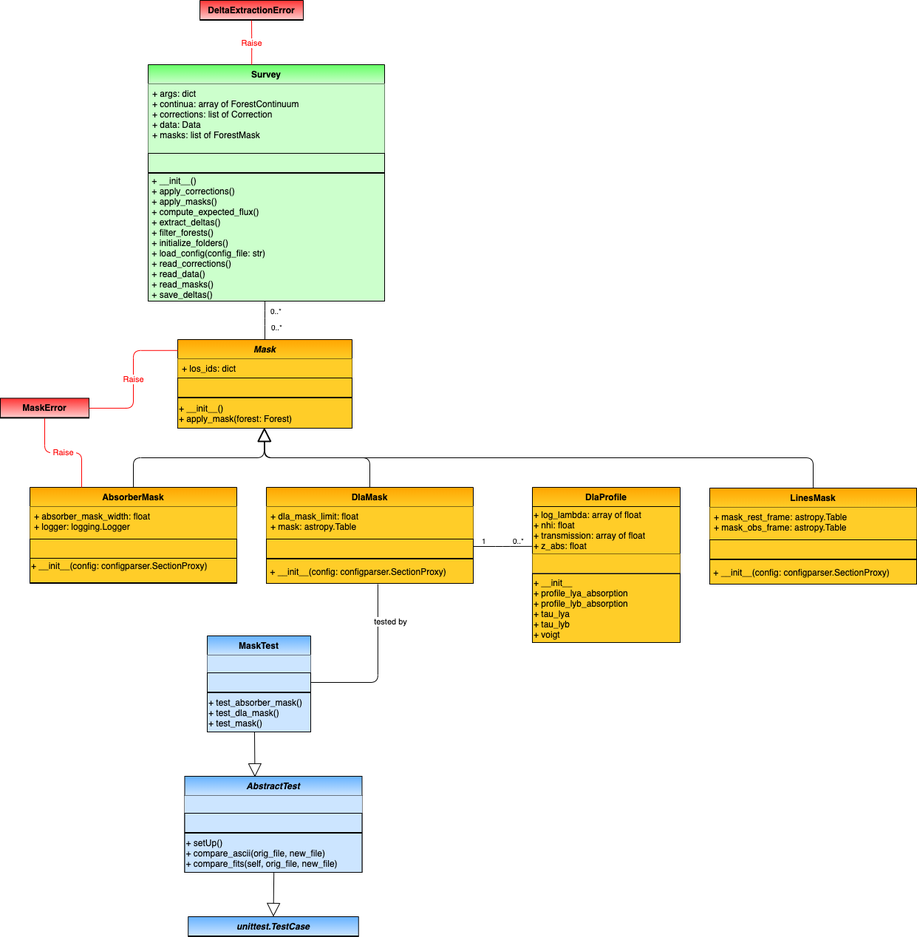
This is docs/delta_extraction/data_model/data_model-Mask.png from igmhub/picca, a draw.io export, as it was before one commit. Source tidied: cells renumbered, new cells last; positions are measured from the earlier drawing's top-left corner, leaving out a move shared by most shapes.
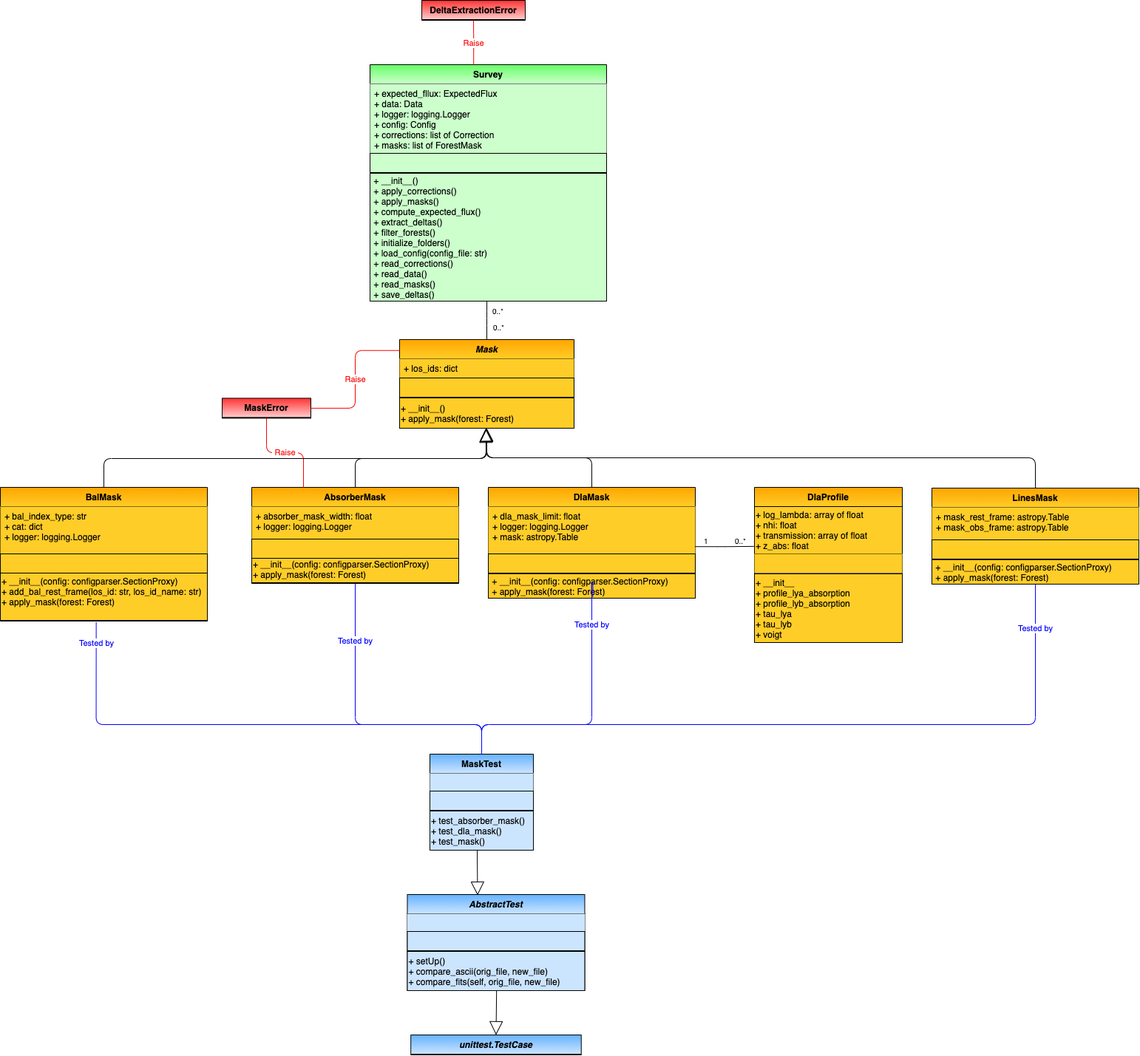
The same file after the commit.

Commit message:
updated data model

Change to the diagram source:
```diff
@@ -5,8 +5,8 @@
     <mxCell id="2" style="endArrow=block;endSize=16;endFill=0;html=1;entryX=0.496;entryY=0.984;entryDx=0;entryDy=0;entryPerimeter=0;exitX=0.5;exitY=0;exitDx=0;exitDy=0;" parent="1" edge="1" source="22" target="21">
       <mxGeometry relative="1" as="geometry">
         <Array as="points">
-          <mxPoint x="180" y="619" />
-          <mxPoint x="357" y="619" />
+          <mxPoint x="180" y="620" />
+          <mxPoint x="358" y="620" />
         </Array>
       </mxGeometry>
     </mxCell>
@@ -39,7 +39,7 @@
     <mxCell id="7" value="Survey" style="swimlane;fontStyle=1;horizontal=1;startSize=26;swimlaneFillColor=#ffffff;rounded=0;shadow=0;glass=0;comic=0;strokeColor=#000000;swimlaneLine=1;gradientDirection=north;fillColor=#CCFFCC;gradientColor=#66FF66;" parent="1" vertex="1">
       <mxGeometry x="200" y="87" width="320" height="320" as="geometry" />
     </mxCell>
-    <mxCell id="8" value="+ args: dict&#10;+ continua: array of ForestContinuum&#10;+ corrections: list of Correction&#10;+ data: Data&#10;+ masks: list of ForestMask&#10;" style="text;strokeColor=none;align=left;verticalAlign=top;spacingLeft=4;spacingRight=4;overflow=hidden;gradientColor=none;fillColor=#CCFFCC;" parent="7" vertex="1">
+    <mxCell id="8" value="+ expected_fllux: ExpectedFlux&#10;+ data: Data&#10;+ logger: logging.Logger&#10;+ config: Config&#10;+ corrections: list of Correction&#10;+ masks: list of ForestMask" style="text;strokeColor=none;align=left;verticalAlign=top;spacingLeft=4;spacingRight=4;overflow=hidden;gradientColor=none;fillColor=#CCFFCC;" parent="7" vertex="1">
       <mxGeometry y="26" width="320" height="94" as="geometry" />
     </mxCell>
     <mxCell id="9" style="text;strokeColor=#000000;align=left;verticalAlign=middle;overflow=hidden;rounded=0;shadow=0;glass=0;comic=0;fontStyle=0;gradientColor=none;swimlaneFillColor=#ffffff;gradientDirection=north;startSize=26;fillColor=#CCFFCC;" parent="7" vertex="1">
@@ -52,19 +52,19 @@
       <mxGeometry y="147" width="320" height="173" as="geometry" />
     </mxCell>
     <mxCell id="12" value="DlaMask" style="swimlane;fontStyle=1;horizontal=1;startSize=26;fillColor=#ffcd28;swimlaneFillColor=#ffffff;rounded=0;shadow=0;glass=0;comic=0;strokeColor=#000000;gradientColor=#ffa500;swimlaneLine=1;gradientDirection=north;" parent="1" vertex="1">
-      <mxGeometry x="360" y="659" width="280" height="130" as="geometry" />
+      <mxGeometry x="360" y="659" width="280" height="150" as="geometry" />
     </mxCell>
-    <mxCell id="13" value="+ dla_mask_limit: float&#10;+ mask: astropy.Table" style="text;strokeColor=none;fillColor=#ffcd28;align=left;verticalAlign=top;spacingLeft=4;spacingRight=4;overflow=hidden;points=[[0,0.5],[1,0.5]];portConstraint=eastwest;gradientColor=none;" parent="12" vertex="1">
-      <mxGeometry y="26" width="280" height="44" as="geometry" />
+    <mxCell id="13" value="+ dla_mask_limit: float&#10;+ logger: logging.Logger&#10;+ mask: astropy.Table" style="text;strokeColor=none;fillColor=#ffcd28;align=left;verticalAlign=top;spacingLeft=4;spacingRight=4;overflow=hidden;points=[[0,0.5],[1,0.5]];portConstraint=eastwest;gradientColor=none;" parent="12" vertex="1">
+      <mxGeometry y="26" width="280" height="64" as="geometry" />
     </mxCell>
     <mxCell id="14" style="text;strokeColor=#000000;fillColor=#ffcd28;align=left;verticalAlign=middle;overflow=hidden;points=[[0,0.5],[1,0.5]];portConstraint=eastwest;rounded=0;shadow=0;glass=0;comic=0;fontStyle=0;gradientColor=none;swimlaneFillColor=#ffffff;gradientDirection=north;startSize=26;" parent="12" vertex="1">
-      <mxGeometry y="70" width="280" height="26" as="geometry" />
+      <mxGeometry y="90" width="280" height="26" as="geometry" />
     </mxCell>
     <mxCell id="15" style="line;strokeWidth=1;fillColor=none;align=left;verticalAlign=middle;spacingTop=-1;spacingLeft=3;spacingRight=3;labelPosition=right;rounded=0;shadow=0;glass=0;comic=0;" parent="12" vertex="1">
-      <mxGeometry y="96" width="280" height="1" as="geometry" />
+      <mxGeometry y="116" width="280" height="1" as="geometry" />
     </mxCell>
-    <mxCell id="16" value=" + __init__(config: configparser.SectionProxy)" style="text;strokeColor=#000000;fillColor=#ffcd28;align=left;verticalAlign=middle;overflow=hidden;points=[[0,0.5],[1,0.5]];portConstraint=eastwest;rounded=0;shadow=0;glass=0;comic=0;fontStyle=0;gradientColor=none;swimlaneFillColor=#ffffff;gradientDirection=north;startSize=26;" parent="12" vertex="1">
-      <mxGeometry y="97" width="280" height="33" as="geometry" />
+    <mxCell id="16" value=" + __init__(config: configparser.SectionProxy)&#10; + apply_mask(forest: Forest)" style="text;strokeColor=#000000;fillColor=#ffcd28;align=left;verticalAlign=middle;overflow=hidden;points=[[0,0.5],[1,0.5]];portConstraint=eastwest;rounded=0;shadow=0;glass=0;comic=0;fontStyle=0;gradientColor=none;swimlaneFillColor=#ffffff;gradientDirection=north;startSize=26;" parent="12" vertex="1">
+      <mxGeometry y="117" width="280" height="33" as="geometry" />
     </mxCell>
     <mxCell id="17" value="Mask" style="swimlane;fontStyle=3;horizontal=1;startSize=26;fillColor=#ffcd28;swimlaneFillColor=#ffffff;rounded=0;shadow=0;glass=0;comic=0;strokeColor=#000000;gradientColor=#ffa500;swimlaneLine=1;gradientDirection=north;" parent="1" vertex="1">
       <mxGeometry x="240" y="459" width="236" height="120" as="geometry" />
@@ -90,7 +90,7 @@
     <mxCell id="24" style="text;strokeColor=#000000;fillColor=#ffcd28;align=left;verticalAlign=middle;overflow=hidden;rounded=0;shadow=0;glass=0;comic=0;fontStyle=0;gradientColor=none;swimlaneFillColor=#ffffff;gradientDirection=north;startSize=26;" parent="22" vertex="1">
       <mxGeometry y="70" width="280" height="26" as="geometry" />
     </mxCell>
-    <mxCell id="25" value="+ __init__(config: configparser.SectionProxy)&#10;" style="text;strokeColor=#000000;fillColor=#ffcd28;align=left;verticalAlign=middle;overflow=hidden;rounded=0;shadow=0;glass=0;comic=0;fontStyle=0;gradientColor=none;swimlaneFillColor=#ffffff;gradientDirection=north;startSize=26;" parent="22" vertex="1">
+    <mxCell id="25" value="+ __init__(config: configparser.SectionProxy)&#10;+ apply_mask(forest: Forest)&#10;" style="text;strokeColor=#000000;fillColor=#ffcd28;align=left;verticalAlign=middle;overflow=hidden;rounded=0;shadow=0;glass=0;comic=0;fontStyle=0;gradientColor=none;swimlaneFillColor=#ffffff;gradientDirection=north;startSize=26;" parent="22" vertex="1">
       <mxGeometry y="96" width="280" height="33" as="geometry" />
     </mxCell>
     <mxCell id="26" style="line;strokeWidth=1;fillColor=none;align=left;verticalAlign=middle;spacingTop=-1;spacingLeft=3;spacingRight=3;labelPosition=right;points=[];portConstraint=eastwest;rounded=0;shadow=0;glass=0;comic=0;" parent="22" vertex="1">
@@ -145,7 +145,7 @@
     <mxCell id="41" value="+ __init__&#10;+ profile_lya_absorption&#10;+ profile_lyb_absorption&#10;+ tau_lya&#10;+ tau_lyb&#10;+ voigt" style="text;strokeColor=#000000;fillColor=#ffcd28;align=left;verticalAlign=middle;overflow=hidden;rounded=0;shadow=0;glass=0;comic=0;fontStyle=0;gradientColor=none;swimlaneFillColor=#ffffff;gradientDirection=north;startSize=26;" parent="37" vertex="1">
       <mxGeometry y="117" width="200" height="93" as="geometry" />
     </mxCell>
-    <mxCell id="42" style="endArrow=none;html=1;edgeStyle=orthogonalEdgeStyle;entryX=-0.004;entryY=0.842;entryDx=0;entryDy=0;entryPerimeter=0;exitX=1;exitY=0.385;exitDx=0;exitDy=0;exitPerimeter=0;" parent="1" edge="1" source="14" target="38">
+    <mxCell id="42" style="endArrow=none;html=1;edgeStyle=orthogonalEdgeStyle;entryX=-0.004;entryY=0.842;entryDx=0;entryDy=0;entryPerimeter=0;exitX=0.999;exitY=0.847;exitDx=0;exitDy=0;exitPerimeter=0;" parent="1" edge="1" source="13" target="38">
       <mxGeometry relative="1" as="geometry" />
     </mxCell>
     <mxCell id="43" value="1" style="html=1;align=left;verticalAlign=bottom;labelBackgroundColor=#ffffff;fontSize=10;" parent="42" vertex="1">
@@ -159,7 +159,7 @@
       </mxGeometry>
     </mxCell>
     <mxCell id="45" value="AbstractTest" style="swimlane;fontStyle=3;horizontal=1;startSize=26;swimlaneFillColor=#ffffff;rounded=0;shadow=0;glass=0;comic=0;strokeColor=#000000;swimlaneLine=1;gradientDirection=north;gradientColor=#66B2FF;fillColor=#CCE5FF;" parent="1" vertex="1">
-      <mxGeometry x="249.5" y="1050" width="240" height="130" as="geometry" />
+      <mxGeometry x="250.5" y="1210" width="240" height="130" as="geometry" />
     </mxCell>
     <mxCell id="46" style="text;strokeColor=none;align=left;verticalAlign=top;spacingLeft=4;spacingRight=4;overflow=hidden;gradientColor=none;fillColor=#CCE5FF;" parent="45" vertex="1">
       <mxGeometry y="26" width="240" height="24" as="geometry" />
@@ -174,7 +174,7 @@
       <mxGeometry y="77" width="240" height="53" as="geometry" />
     </mxCell>
     <mxCell id="50" value="MaskTest" style="swimlane;fontStyle=1;horizontal=1;startSize=26;swimlaneFillColor=#ffffff;rounded=0;shadow=0;glass=0;comic=0;strokeColor=#000000;swimlaneLine=1;gradientDirection=north;gradientColor=#66B2FF;fillColor=#CCE5FF;" parent="1" vertex="1">
-      <mxGeometry x="280" y="860" width="140" height="130" as="geometry" />
+      <mxGeometry x="281" y="1020" width="140" height="130" as="geometry" />
     </mxCell>
     <mxCell id="51" style="text;strokeColor=none;align=left;verticalAlign=top;spacingLeft=4;spacingRight=4;overflow=hidden;gradientColor=none;fillColor=#CCE5FF;" parent="50" vertex="1">
       <mxGeometry y="26" width="140" height="24" as="geometry" />
@@ -188,14 +188,6 @@
     <mxCell id="54" value="+ test_absorber_mask()&#10;+ test_dla_mask()&#10;+ test_mask()" style="text;strokeColor=#000000;align=left;verticalAlign=middle;overflow=hidden;points=[[0,0.5],[1,0.5]];portConstraint=eastwest;rounded=0;shadow=0;glass=0;comic=0;fontStyle=0;gradientColor=none;swimlaneFillColor=#ffffff;gradientDirection=north;startSize=26;fillColor=#CCE5FF;" parent="50" vertex="1">
       <mxGeometry y="77" width="140" height="53" as="geometry" />
     </mxCell>
-    <mxCell id="55" style="endArrow=none;html=1;edgeStyle=orthogonalEdgeStyle;entryX=0.539;entryY=1.03;entryDx=0;entryDy=0;entryPerimeter=0;exitX=1;exitY=0.5;exitDx=0;exitDy=0;" parent="1" edge="1" source="52" target="16">
-      <mxGeometry relative="1" as="geometry" />
-    </mxCell>
-    <mxCell id="56" value="&amp;nbsp;tested by&amp;nbsp;" style="edgeLabel;html=1;align=center;verticalAlign=middle;" parent="55" vertex="1">
-      <mxGeometry x="-0.72" relative="1" as="geometry">
-        <mxPoint x="76" y="-83" as="offset" />
-      </mxGeometry>
-    </mxCell>
     <mxCell id="57" style="endArrow=block;endSize=16;endFill=0;html=1;entryX=0.396;entryY=0.008;entryDx=0;entryDy=0;entryPerimeter=0;exitX=0.457;exitY=1.002;exitDx=0;exitDy=0;exitPerimeter=0;" parent="1" edge="1" source="54" target="45">
       <mxGeometry relative="1" as="geometry" />
     </mxCell>
@@ -219,7 +211,7 @@
     <mxCell id="63" style="line;strokeWidth=1;fillColor=none;align=left;verticalAlign=middle;spacingTop=-1;spacingLeft=3;spacingRight=3;labelPosition=right;rounded=0;shadow=0;glass=0;comic=0;" parent="60" vertex="1">
       <mxGeometry y="96" width="280" height="1" as="geometry" />
     </mxCell>
-    <mxCell id="64" value=" + __init__(config: configparser.SectionProxy)" style="text;strokeColor=#000000;fillColor=#ffcd28;align=left;verticalAlign=middle;overflow=hidden;rounded=0;shadow=0;glass=0;comic=0;fontStyle=0;gradientColor=none;swimlaneFillColor=#ffffff;gradientDirection=north;startSize=26;" parent="60" vertex="1">
+    <mxCell id="64" value=" + __init__(config: configparser.SectionProxy)&#10; + apply_mask(forest: Forest)" style="text;strokeColor=#000000;fillColor=#ffcd28;align=left;verticalAlign=middle;overflow=hidden;rounded=0;shadow=0;glass=0;comic=0;fontStyle=0;gradientColor=none;swimlaneFillColor=#ffffff;gradientDirection=north;startSize=26;" parent="60" vertex="1">
       <mxGeometry y="97" width="280" height="33" as="geometry" />
     </mxCell>
     <mxCell id="65" style="endArrow=block;endSize=16;endFill=0;html=1;exitX=0.5;exitY=0;exitDx=0;exitDy=0;entryX=0.499;entryY=0.995;entryDx=0;entryDy=0;entryPerimeter=0;" parent="1" edge="1" source="60" target="21">
@@ -231,7 +223,7 @@
       </mxGeometry>
     </mxCell>
     <mxCell id="66" value="unittest.TestCase" style="swimlane;fontStyle=3;horizontal=1;startSize=26;swimlaneFillColor=#ffffff;rounded=0;shadow=0;glass=0;comic=0;strokeColor=#000000;swimlaneLine=1;gradientDirection=north;gradientColor=#66B2FF;fillColor=#CCE5FF;" parent="1" vertex="1">
-      <mxGeometry x="254.2" y="1240" width="230.5" height="27" as="geometry" />
+      <mxGeometry x="255.2" y="1400" width="230.5" height="27" as="geometry" />
     </mxCell>
     <mxCell id="67" style="line;strokeWidth=1;fillColor=none;align=left;verticalAlign=middle;spacingTop=-1;spacingLeft=3;spacingRight=3;labelPosition=right;rounded=0;shadow=0;glass=0;comic=0;" parent="66" vertex="1">
       <mxGeometry y="26" width="230.5" height="1" as="geometry" />
@@ -239,5 +231,81 @@
     <mxCell id="68" style="endArrow=block;endSize=16;endFill=0;html=1;exitX=0.503;exitY=1;exitDx=0;exitDy=0;exitPerimeter=0;entryX=0.5;entryY=0;entryDx=0;entryDy=0;" parent="1" edge="1" source="49" target="66">
       <mxGeometry relative="1" as="geometry" />
     </mxCell>
+    <mxCell id="69" value="BalMask" style="swimlane;fontStyle=1;horizontal=1;startSize=26;fillColor=#ffcd28;swimlaneFillColor=#ffffff;rounded=0;shadow=0;glass=0;comic=0;strokeColor=#000000;gradientColor=#ffa500;swimlaneLine=1;gradientDirection=north;" parent="1" vertex="1">
+      <mxGeometry x="-300" y="659" width="280" height="181" as="geometry" />
+    </mxCell>
+    <mxCell id="70" value="+ bal_index_type: str&#10;+ cat: dict&#10;+ logger: logging.Logger&#10;" style="text;strokeColor=none;fillColor=#ffcd28;align=left;verticalAlign=top;spacingLeft=4;spacingRight=4;overflow=hidden;gradientColor=none;" parent="69" vertex="1">
+      <mxGeometry y="26" width="280" height="64" as="geometry" />
+    </mxCell>
+    <mxCell id="71" style="text;strokeColor=#000000;fillColor=#ffcd28;align=left;verticalAlign=middle;overflow=hidden;rounded=0;shadow=0;glass=0;comic=0;fontStyle=0;gradientColor=none;swimlaneFillColor=#ffffff;gradientDirection=north;startSize=26;" parent="69" vertex="1">
+      <mxGeometry y="90" width="280" height="26" as="geometry" />
+    </mxCell>
+    <mxCell id="72" value="+ __init__(config: configparser.SectionProxy)&#10;+ add_bal_rest_frame(los_id: str, los_id_name: str)&#10;+ apply_mask(forest: Forest)&#10;" style="text;strokeColor=#000000;fillColor=#ffcd28;align=left;verticalAlign=middle;overflow=hidden;rounded=0;shadow=0;glass=0;comic=0;fontStyle=0;gradientColor=none;swimlaneFillColor=#ffffff;gradientDirection=north;startSize=26;" parent="69" vertex="1">
+      <mxGeometry y="116" width="280" height="64" as="geometry" />
+    </mxCell>
+    <mxCell id="73" style="line;strokeWidth=1;fillColor=none;align=left;verticalAlign=middle;spacingTop=-1;spacingLeft=3;spacingRight=3;labelPosition=right;points=[];portConstraint=eastwest;rounded=0;shadow=0;glass=0;comic=0;" parent="69" vertex="1">
+      <mxGeometry y="180" width="280" height="1" as="geometry" />
+    </mxCell>
+    <mxCell id="74" value="&lt;font color=&quot;#0000ff&quot;&gt;&amp;nbsp;Tested by&amp;nbsp;&lt;/font&gt;" style="endArrow=none;html=1;edgeStyle=orthogonalEdgeStyle;strokeColor=#0000FF;exitX=0.505;exitY=0.955;exitDx=0;exitDy=0;exitPerimeter=0;entryX=0.5;entryY=0;entryDx=0;entryDy=0;" parent="1" edge="1" source="16" target="50">
+      <mxGeometry x="-0.61" relative="1" as="geometry">
+        <Array as="points">
+          <mxPoint x="500" y="788" />
+          <mxPoint x="500" y="980" />
+          <mxPoint x="351" y="980" />
+        </Array>
+      </mxGeometry>
+    </mxCell>
+    <mxCell id="75" style="html=1;align=left;verticalAlign=bottom;labelBackgroundColor=#ffffff;fontSize=10;" parent="74" vertex="1">
+      <mxGeometry x="-1" relative="1" as="geometry">
+        <mxPoint x="10" as="offset" />
+      </mxGeometry>
+    </mxCell>
+    <mxCell id="76" value="&lt;font color=&quot;#0000ff&quot;&gt;&amp;nbsp;Tested by&amp;nbsp;&lt;/font&gt;" style="endArrow=none;html=1;edgeStyle=orthogonalEdgeStyle;strokeColor=#0000FF;entryX=0.5;entryY=0;entryDx=0;entryDy=0;exitX=0.5;exitY=1.293;exitDx=0;exitDy=0;exitPerimeter=0;" parent="1" edge="1" source="26" target="50">
+      <mxGeometry x="-0.61" relative="1" as="geometry">
+        <Array as="points">
+          <mxPoint x="180" y="980" />
+          <mxPoint x="351" y="980" />
+        </Array>
+      </mxGeometry>
+    </mxCell>
+    <mxCell id="77" style="html=1;align=left;verticalAlign=bottom;labelBackgroundColor=#ffffff;fontSize=10;" parent="76" vertex="1">
+      <mxGeometry x="-1" relative="1" as="geometry">
+        <mxPoint x="10" as="offset" />
+      </mxGeometry>
+    </mxCell>
+    <mxCell id="78" value="&lt;font color=&quot;#0000ff&quot;&gt;&amp;nbsp;Tested by&amp;nbsp;&lt;/font&gt;" style="endArrow=none;html=1;edgeStyle=orthogonalEdgeStyle;strokeColor=#0000FF;entryX=0.5;entryY=0;entryDx=0;entryDy=0;exitX=0.463;exitY=2.529;exitDx=0;exitDy=0;exitPerimeter=0;" parent="1" edge="1" source="73" target="50">
+      <mxGeometry x="-0.92" relative="1" as="geometry">
+        <Array as="points">
+          <mxPoint x="-170" y="980" />
+          <mxPoint x="351" y="980" />
+        </Array>
+      </mxGeometry>
+    </mxCell>
+    <mxCell id="79" style="html=1;align=left;verticalAlign=bottom;labelBackgroundColor=#ffffff;fontSize=10;" parent="78" vertex="1">
+      <mxGeometry x="-1" relative="1" as="geometry">
+        <mxPoint x="10" as="offset" />
+      </mxGeometry>
+    </mxCell>
+    <mxCell id="80" value="&lt;font color=&quot;#0000ff&quot;&gt;&amp;nbsp;Tested by&amp;nbsp;&lt;/font&gt;" style="endArrow=none;html=1;edgeStyle=orthogonalEdgeStyle;strokeColor=#0000FF;entryX=0.5;entryY=0;entryDx=0;entryDy=0;exitX=0.5;exitY=1;exitDx=0;exitDy=0;" parent="1" edge="1" source="60" target="50">
+      <mxGeometry x="-0.88" relative="1" as="geometry">
+        <Array as="points">
+          <mxPoint x="1100" y="980" />
+          <mxPoint x="351" y="980" />
+        </Array>
+      </mxGeometry>
+    </mxCell>
+    <mxCell id="81" style="html=1;align=left;verticalAlign=bottom;labelBackgroundColor=#ffffff;fontSize=10;" parent="80" vertex="1">
+      <mxGeometry x="-1" relative="1" as="geometry">
+        <mxPoint x="10" as="offset" />
+      </mxGeometry>
+    </mxCell>
+    <mxCell id="82" style="endArrow=block;endSize=16;endFill=0;html=1;exitX=0.5;exitY=0;exitDx=0;exitDy=0;entryX=0.495;entryY=1.029;entryDx=0;entryDy=0;entryPerimeter=0;" parent="1" edge="1" source="69" target="21">
+      <mxGeometry relative="1" as="geometry">
+        <Array as="points">
+          <mxPoint x="-160" y="620" />
+          <mxPoint x="357" y="620" />
+        </Array>
+      </mxGeometry>
+    </mxCell>
   </root>
 </mxGraphModel>
```
